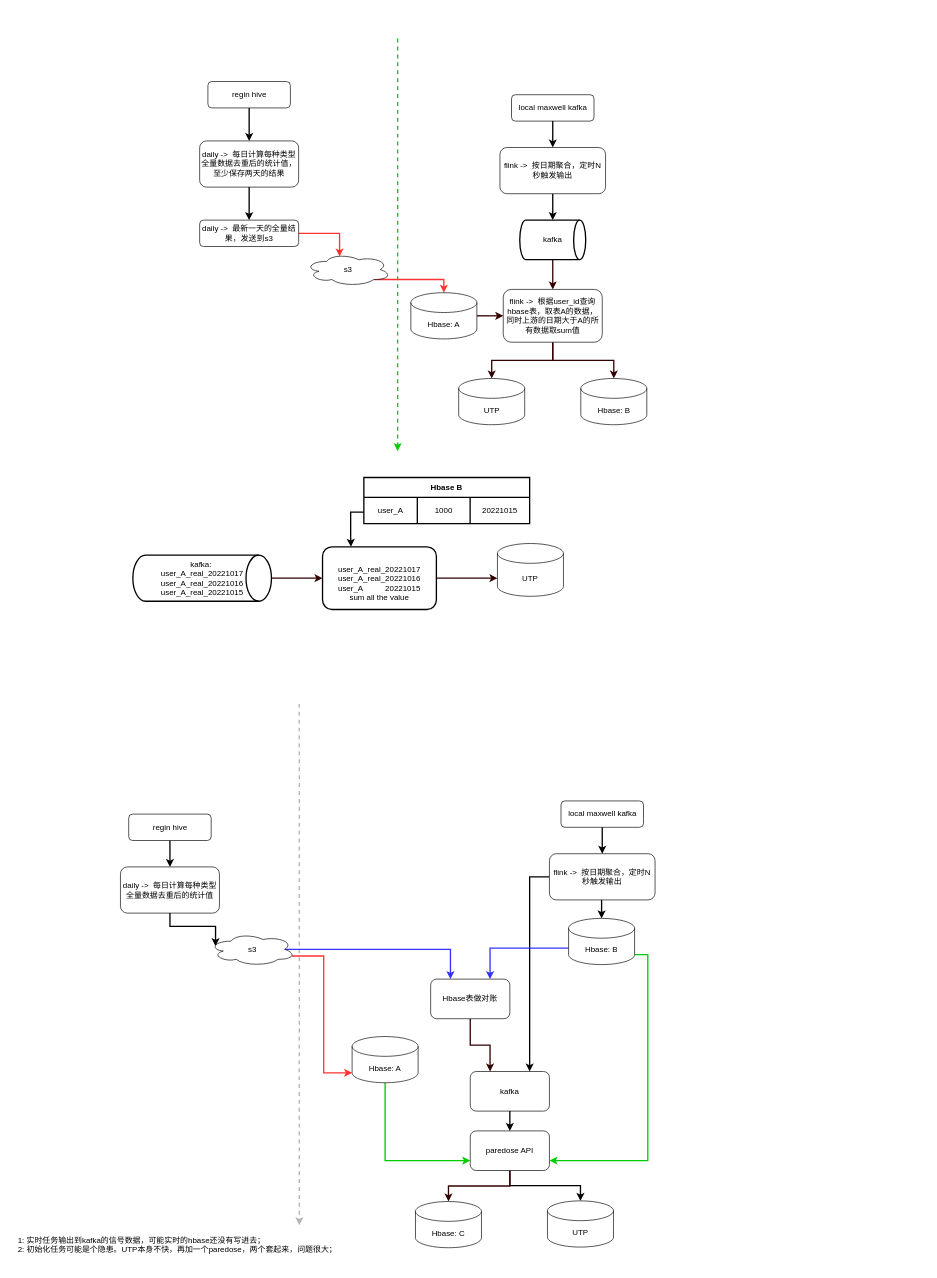
This is 未命名绘图.drawio from LadyTao/flink-study, a draw.io file, before an edit. Source tidied: cells renumbered, new cells numbered last; positions are measured from the earlier drawing's top-left corner, leaving out a move shared by most shapes. Both pictures are drawn from the tidied source at 66%, with x=0, y=0 at pixel (11, 38).
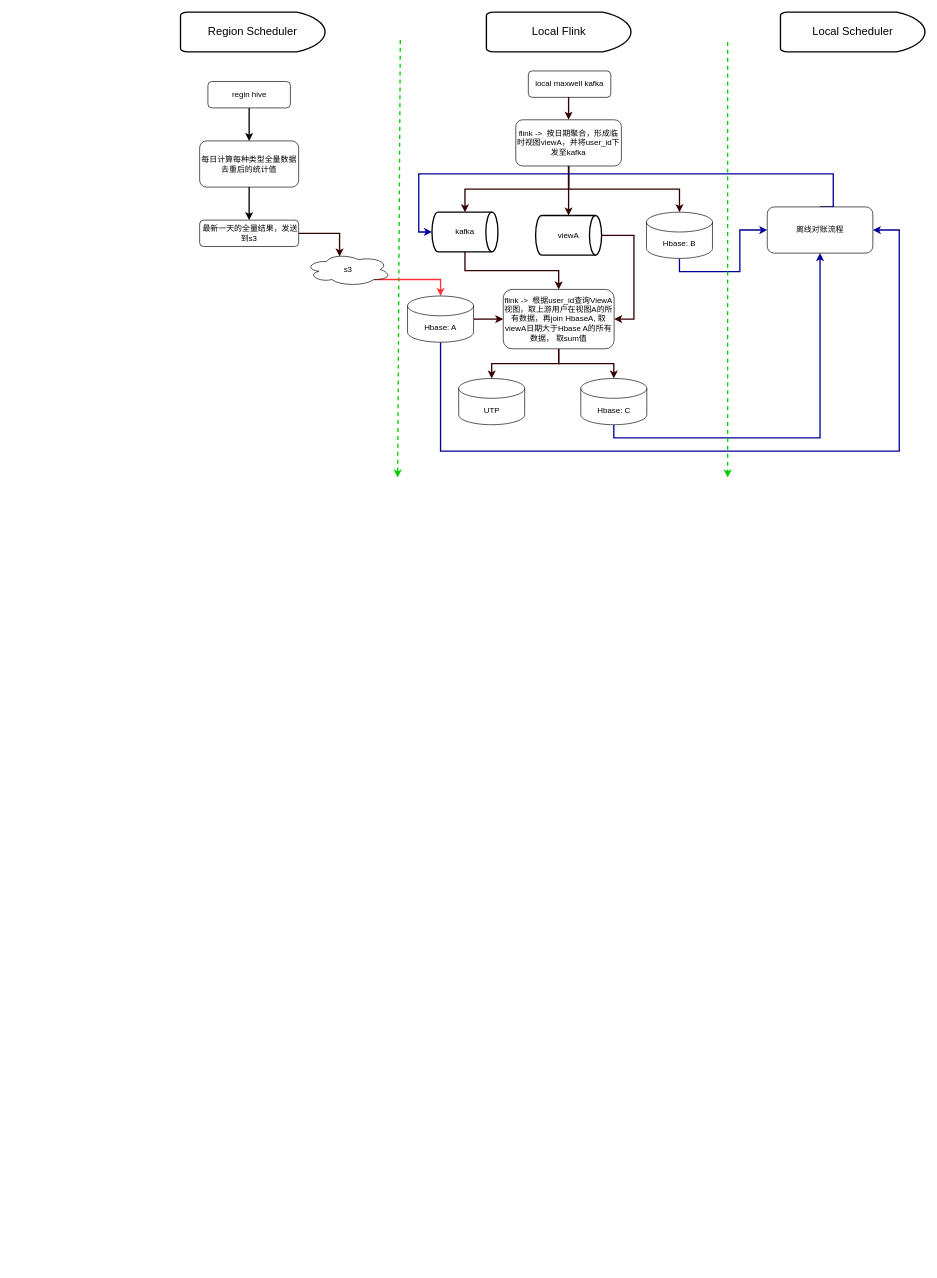
The same page after the edit.

Commit message (it also covers changes not shown here):
更新未命名绘图.drawio

The change refers to these unchanged cells:
```xml
<mxCell id="10" value="s3" style="ellipse;shape=cloud;whiteSpace=wrap;html=1;" parent="1" vertex="1">
  <mxGeometry x="445" y="325" width="130" height="50" as="geometry" />
</mxCell>
```

What changed in the source:
```diff
@@
     <mxCell id="2" style="edgeStyle=none;orthogonalLoop=1;jettySize=auto;html=1;rounded=0;strokeWidth=2;dashed=1;strokeColor=#00CC00;" parent="1" edge="1">
       <mxGeometry relative="1" as="geometry">
-        <mxPoint x="585" as="sourcePoint" />
-        <mxPoint x="585" y="625" as="targetPoint" />
+        <mxPoint x="589" y="2" as="sourcePoint" />
+        <mxPoint x="585" y="665" as="targetPoint" />
       </mxGeometry>
     </mxCell>
@@
-    <mxCell id="5" style="edgeStyle=orthogonalEdgeStyle;rounded=0;jettySize=auto;html=1;exitX=0.5;exitY=1;exitDx=0;exitDy=0;entryX=0.5;entryY=0;entryDx=0;entryDy=0;strokeWidth=2;" parent="1" edge="1" source="6" target="16">
+    <mxCell id="5" style="edgeStyle=orthogonalEdgeStyle;rounded=0;jettySize=auto;html=1;exitX=0.5;exitY=1;exitDx=0;exitDy=0;entryX=0.5;entryY=0;entryDx=0;entryDy=0;strokeColor=#330000;strokeWidth=2;" parent="1" edge="1" source="6" target="16">
       <mxGeometry relative="1" as="geometry" />
     </mxCell>
     <mxCell id="6" value="local maxwell kafka" style="rounded=1;whiteSpace=wrap;html=1;" parent="1" vertex="1">
-      <mxGeometry x="757.5" y="85" width="125" height="40" as="geometry" />
+      <mxGeometry x="783" y="49" width="125" height="40" as="geometry" />
     </mxCell>
@@
-    <mxCell id="8" value="daily -&amp;gt;&amp;nbsp; 每日计算每种类型全量数据去重后的统计值，至少保存两天的结果" style="rounded=1;whiteSpace=wrap;html=1;" parent="1" vertex="1">
+    <mxCell id="8" value="每日计算每种类型全量数据去重后的统计值" style="rounded=1;whiteSpace=wrap;html=1;" parent="1" vertex="1">
       <mxGeometry x="285" y="155" width="150" height="70" as="geometry" />
     </mxCell>
@@
-    <mxCell id="11" style="edgeStyle=orthogonalEdgeStyle;rounded=0;jettySize=auto;html=1;exitX=1;exitY=0.5;exitDx=0;exitDy=0;entryX=0.4;entryY=0.1;entryDx=0;entryDy=0;entryPerimeter=0;strokeWidth=2;strokeColor=#FF3333;" parent="1" edge="1" source="12" target="10">
+    <mxCell id="11" style="edgeStyle=orthogonalEdgeStyle;rounded=0;jettySize=auto;html=1;exitX=1;exitY=0.5;exitDx=0;exitDy=0;entryX=0.4;entryY=0.1;entryDx=0;entryDy=0;entryPerimeter=0;strokeWidth=2;strokeColor=#330000;" parent="1" edge="1" source="12" target="10">
       <mxGeometry relative="1" as="geometry" />
     </mxCell>
-    <mxCell id="12" value="daily -&amp;gt;&amp;nbsp; 最新一天的全量结果，发送到s3" style="rounded=1;whiteSpace=wrap;html=1;" parent="1" vertex="1">
+    <mxCell id="12" value="&amp;nbsp;最新一天的全量结果，发送到s3" style="rounded=1;whiteSpace=wrap;html=1;" parent="1" vertex="1">
       <mxGeometry x="285" y="275" width="150" height="40" as="geometry" />
     </mxCell>
@@
+    <mxCell id="65" style="edgeStyle=orthogonalEdgeStyle;rounded=0;jettySize=auto;html=1;exitX=0.5;exitY=1;exitDx=0;exitDy=0;exitPerimeter=0;entryX=1;entryY=0.5;entryDx=0;entryDy=0;strokeColor=#000099;strokeWidth=2;fontSize=17;" parent="1" edge="1" source="14" target="77">
+      <mxGeometry relative="1" as="geometry">
+        <Array as="points">
+          <mxPoint x="650" y="625" />
+          <mxPoint x="1345" y="625" />
+          <mxPoint x="1345" y="290" />
+        </Array>
+      </mxGeometry>
+    </mxCell>
     <mxCell id="14" value="Hbase: A" style="shape=cylinder3;whiteSpace=wrap;html=1;boundedLbl=1;backgroundOutline=1;size=15;" parent="1" vertex="1">
-      <mxGeometry x="605" y="385" width="100" height="70" as="geometry" />
+      <mxGeometry x="600" y="390" width="100" height="70" as="geometry" />
     </mxCell>
-    <mxCell id="15" style="edgeStyle=orthogonalEdgeStyle;rounded=0;jettySize=auto;html=1;exitX=0.5;exitY=1;exitDx=0;exitDy=0;strokeWidth=2;" parent="1" edge="1" source="16" target="18">
+    <mxCell id="15" style="edgeStyle=orthogonalEdgeStyle;rounded=0;jettySize=auto;html=1;exitX=0.5;exitY=1;exitDx=0;exitDy=0;strokeColor=#330000;strokeWidth=2;" parent="1" edge="1" source="16" target="18">
       <mxGeometry relative="1" as="geometry" />
     </mxCell>
+    <mxCell id="66" style="edgeStyle=orthogonalEdgeStyle;rounded=0;jettySize=auto;html=1;exitX=0.5;exitY=1;exitDx=0;exitDy=0;entryX=0.5;entryY=0;entryDx=0;entryDy=0;entryPerimeter=0;strokeColor=#330000;strokeWidth=2;" parent="1" edge="1" source="16" target="70">
+      <mxGeometry relative="1" as="geometry" />
+    </mxCell>
+    <mxCell id="67" style="edgeStyle=orthogonalEdgeStyle;rounded=0;jettySize=auto;html=1;exitX=0.5;exitY=1;exitDx=0;exitDy=0;strokeColor=#330000;strokeWidth=2;" parent="1" edge="1" source="16" target="54">
+      <mxGeometry relative="1" as="geometry" />
+    </mxCell>
-    <mxCell id="16" value="flink -&amp;gt;&amp;nbsp; 按日期聚合，定时N秒触发输出" style="rounded=1;whiteSpace=wrap;html=1;" parent="1" vertex="1">
-      <mxGeometry x="740" y="165" width="160" height="70" as="geometry" />
+    <mxCell id="16" value="flink -&amp;gt;&amp;nbsp; 按日期聚合，形成临时视图viewA，并将user_id下发至kafka" style="rounded=1;whiteSpace=wrap;html=1;" parent="1" vertex="1">
+      <mxGeometry x="764" y="123" width="160" height="70" as="geometry" />
     </mxCell>
@@
     <mxCell id="18" value="kafka" style="strokeWidth=2;html=1;shape=mxgraph.flowchart.direct_data;whiteSpace=wrap;" parent="1" vertex="1">
-      <mxGeometry x="770" y="275" width="100" height="60" as="geometry" />
+      <mxGeometry x="637" y="263" width="100" height="60" as="geometry" />
     </mxCell>
@@
-    <mxCell id="21" value="flink -&amp;gt;&amp;nbsp; 根据user_id查询hbase表，取表A的数据，同时上游的日期大于A的所有数据取sum值" style="rounded=1;whiteSpace=wrap;html=1;" parent="1" vertex="1">
-      <mxGeometry x="745" y="380" width="150" height="80" as="geometry" />
+    <mxCell id="21" value="flink -&amp;gt;&amp;nbsp; 根据user_id查询ViewA视图，取上游用户在视图A的所有数据，再join HbaseA, 取viewA日期大于Hbase A的所有数据， 取sum值" style="rounded=1;whiteSpace=wrap;html=1;" parent="1" vertex="1">
+      <mxGeometry x="745" y="380" width="168" height="90" as="geometry" />
     </mxCell>
+    <mxCell id="68" style="edgeStyle=orthogonalEdgeStyle;rounded=0;jettySize=auto;html=1;exitX=0.5;exitY=1;exitDx=0;exitDy=0;exitPerimeter=0;entryX=0.5;entryY=1;entryDx=0;entryDy=0;strokeColor=#000099;strokeWidth=2;fontSize=17;" parent="1" edge="1" source="22" target="77">
+      <mxGeometry relative="1" as="geometry" />
+    </mxCell>
-    <mxCell id="22" value="Hbase: B" style="shape=cylinder3;whiteSpace=wrap;html=1;boundedLbl=1;backgroundOutline=1;size=15;" parent="1" vertex="1">
+    <mxCell id="22" value="Hbase: C" style="shape=cylinder3;whiteSpace=wrap;html=1;boundedLbl=1;backgroundOutline=1;size=15;" parent="1" vertex="1">
       <mxGeometry x="862.5" y="515" width="100" height="70" as="geometry" />
     </mxCell>
@@
-    <mxCell id="24" style="edgeStyle=orthogonalEdgeStyle;rounded=0;jettySize=auto;html=1;exitX=0;exitY=0.75;exitDx=0;exitDy=0;entryX=0.25;entryY=0;entryDx=0;entryDy=0;strokeWidth=2;" parent="1" edge="1" source="25" target="32">
-      <mxGeometry relative="1" as="geometry" />
-    </mxCell>
-    <mxCell id="25" value="Hbase B" style="shape=table;startSize=30;childLayout=tableLayout;fontStyle=1;align=center;strokeWidth=2;" parent="1" vertex="1">
-      <mxGeometry x="533.8" y="665" width="251.2" height="70" as="geometry" />
-    </mxCell>
-    <mxCell id="26" style="shape=tableRow;horizontal=0;startSize=0;swimlaneHead=0;swimlaneBody=0;top=0;left=0;bottom=0;right=0;fillColor=none;strokeWidth=2;" parent="25" vertex="1">
-      <mxGeometry y="30" width="251.2" height="40" as="geometry" />
-    </mxCell>
-    <mxCell id="27" value="user_A" style="shape=partialRectangle;html=1;whiteSpace=wrap;fillColor=none;top=0;left=0;bottom=0;right=0;overflow=hidden;strokeWidth=2;" parent="26" vertex="1">
-      <mxGeometry width="81" height="40" as="geometry" />
-    </mxCell>
-    <mxCell id="28" value="1000" style="shape=partialRectangle;html=1;whiteSpace=wrap;fillColor=none;top=0;left=0;bottom=0;right=0;overflow=hidden;strokeWidth=2;" parent="26" vertex="1">
-      <mxGeometry x="81" width="80" height="40" as="geometry" />
-    </mxCell>
-    <mxCell id="29" value="20221015" style="shape=partialRectangle;html=1;whiteSpace=wrap;fillColor=none;top=0;left=0;bottom=0;right=0;overflow=hidden;strokeWidth=2;" parent="26" vertex="1">
-      <mxGeometry x="161" width="90" height="40" as="geometry" />
-    </mxCell>
-    <mxCell id="30" style="edgeStyle=orthogonalEdgeStyle;rounded=0;orthogonalLoop=1;jettySize=auto;html=1;exitX=1;exitY=0.5;exitDx=0;exitDy=0;dashed=1;strokeColor=#00CC00;strokeWidth=2;" parent="25" edge="1">
-      <mxGeometry relative="1" as="geometry" />
-    </mxCell>
-    <mxCell id="31" style="edgeStyle=orthogonalEdgeStyle;rounded=0;jettySize=auto;html=1;exitX=1;exitY=0.5;exitDx=0;exitDy=0;entryX=0;entryY=0;entryDx=0;entryDy=52.5;entryPerimeter=0;strokeColor=#330000;strokeWidth=2;" parent="1" edge="1" source="32" target="35">
-      <mxGeometry relative="1" as="geometry" />
-    </mxCell>
-    <mxCell id="32" value="&amp;nbsp;&lt;br&gt;user_A_real_20221017&lt;br&gt;user_A_real_20221016&lt;br&gt;user_A&amp;nbsp; &amp;nbsp; &amp;nbsp; &amp;nbsp; &amp;nbsp; 20221015&lt;br&gt;sum all the value" style="rounded=1;whiteSpace=wrap;html=1;strokeWidth=2;" parent="1" vertex="1">
-      <mxGeometry x="471.2" y="770" width="172.5" height="95" as="geometry" />
-    </mxCell>
-    <mxCell id="33" style="edgeStyle=orthogonalEdgeStyle;rounded=0;jettySize=auto;html=1;exitX=1;exitY=0.5;exitDx=0;exitDy=0;exitPerimeter=0;entryX=0;entryY=0.5;entryDx=0;entryDy=0;strokeColor=#330000;strokeWidth=2;" parent="1" edge="1" source="34" target="32">
-      <mxGeometry relative="1" as="geometry" />
-    </mxCell>
-    <mxCell id="34" value="kafka:&amp;nbsp;&lt;br&gt;user_A_real_20221017&lt;br&gt;user_A_real_20221016&lt;br&gt;user_A_real_20221015" style="strokeWidth=2;html=1;shape=mxgraph.flowchart.direct_data;whiteSpace=wrap;align=center;" parent="1" vertex="1">
-      <mxGeometry x="183.8" y="782.5" width="210" height="70" as="geometry" />
-    </mxCell>
-    <mxCell id="35" value="UTP" style="shape=cylinder3;whiteSpace=wrap;html=1;boundedLbl=1;backgroundOutline=1;size=15;" parent="1" vertex="1">
-      <mxGeometry x="736.2" y="765" width="100" height="80" as="geometry" />
-    </mxCell>
-    <mxCell id="36" style="edgeStyle=orthogonalEdgeStyle;rounded=0;jettySize=auto;html=1;exitX=0;exitY=0.5;exitDx=0;exitDy=0;entryX=0.5;entryY=0;entryDx=0;entryDy=0;strokeWidth=2;" parent="1" edge="1" target="32">
-      <mxGeometry relative="1" as="geometry" />
-    </mxCell>
-    <mxCell id="37" style="edgeStyle=none;orthogonalLoop=1;jettySize=auto;html=1;rounded=0;strokeWidth=2;dashed=1;strokeColor=#B3B3B3;" parent="1" edge="1">
-      <mxGeometry relative="1" as="geometry">
-        <mxPoint x="436" y="1008" as="sourcePoint" />
-        <mxPoint x="436" y="1798" as="targetPoint" />
-      </mxGeometry>
-    </mxCell>
-    <mxCell id="38" style="edgeStyle=orthogonalEdgeStyle;rounded=0;jettySize=auto;html=1;exitX=0.5;exitY=1;exitDx=0;exitDy=0;entryX=0.5;entryY=0;entryDx=0;entryDy=0;strokeWidth=2;" parent="1" edge="1" source="39" target="43">
-      <mxGeometry relative="1" as="geometry" />
-    </mxCell>
-    <mxCell id="39" value="regin hive" style="rounded=1;whiteSpace=wrap;html=1;" parent="1" vertex="1">
-      <mxGeometry x="177.5" y="1175" width="125" height="40" as="geometry" />
-    </mxCell>
-    <mxCell id="40" style="edgeStyle=orthogonalEdgeStyle;rounded=0;jettySize=auto;html=1;exitX=0.5;exitY=1;exitDx=0;exitDy=0;entryX=0.5;entryY=0;entryDx=0;entryDy=0;strokeWidth=2;" parent="1" edge="1" source="41" target="51">
-      <mxGeometry relative="1" as="geometry" />
-    </mxCell>
-    <mxCell id="41" value="local maxwell kafka" style="rounded=1;whiteSpace=wrap;html=1;" parent="1" vertex="1">
-      <mxGeometry x="832.5" y="1155" width="125" height="40" as="geometry" />
-    </mxCell>
-    <mxCell id="42" style="edgeStyle=orthogonalEdgeStyle;rounded=0;jettySize=auto;html=1;exitX=0.5;exitY=1;exitDx=0;exitDy=0;entryX=0.07;entryY=0.4;entryDx=0;entryDy=0;entryPerimeter=0;strokeWidth=2;" parent="1" edge="1" source="43" target="46">
-      <mxGeometry relative="1" as="geometry" />
-    </mxCell>
-    <mxCell id="43" value="daily -&amp;gt;&amp;nbsp; 每日计算每种类型全量数据去重后的统计值" style="rounded=1;whiteSpace=wrap;html=1;" parent="1" vertex="1">
-      <mxGeometry x="165" y="1255" width="150" height="70" as="geometry" />
-    </mxCell>
-    <mxCell id="44" style="edgeStyle=orthogonalEdgeStyle;rounded=0;jettySize=auto;html=1;exitX=0.96;exitY=0.7;exitDx=0;exitDy=0;exitPerimeter=0;entryX=0;entryY=1;entryDx=0;entryDy=-15;entryPerimeter=0;strokeWidth=2;strokeColor=#FF3333;" parent="1" edge="1" source="46" target="48">
-      <mxGeometry relative="1" as="geometry" />
-    </mxCell>
-    <mxCell id="45" style="edgeStyle=orthogonalEdgeStyle;rounded=0;jettySize=auto;html=1;exitX=0.875;exitY=0.5;exitDx=0;exitDy=0;exitPerimeter=0;entryX=0.25;entryY=0;entryDx=0;entryDy=0;strokeColor=#3333FF;strokeWidth=2;" parent="1" edge="1" source="46" target="62">
-      <mxGeometry relative="1" as="geometry" />
-    </mxCell>
-    <mxCell id="46" value="s3" style="ellipse;shape=cloud;whiteSpace=wrap;html=1;" parent="1" vertex="1">
-      <mxGeometry x="300" y="1355" width="130" height="50" as="geometry" />
-    </mxCell>
-    <mxCell id="47" style="edgeStyle=orthogonalEdgeStyle;rounded=0;jettySize=auto;html=1;exitX=0.5;exitY=1;exitDx=0;exitDy=0;exitPerimeter=0;entryX=0;entryY=0.75;entryDx=0;entryDy=0;strokeColor=#00CC00;strokeWidth=2;" parent="1" edge="1" source="48" target="60">
-      <mxGeometry relative="1" as="geometry" />
-    </mxCell>
-    <mxCell id="48" value="Hbase: A" style="shape=cylinder3;whiteSpace=wrap;html=1;boundedLbl=1;backgroundOutline=1;size=15;" parent="1" vertex="1">
-      <mxGeometry x="516" y="1512" width="100" height="70" as="geometry" />
-    </mxCell>
-    <mxCell id="49" style="edgeStyle=orthogonalEdgeStyle;rounded=0;jettySize=auto;html=1;exitX=0.5;exitY=1;exitDx=0;exitDy=0;entryX=0.5;entryY=0;entryDx=0;entryDy=0;entryPerimeter=0;strokeWidth=2;" parent="1" edge="1" source="51" target="54">
-      <mxGeometry relative="1" as="geometry" />
-    </mxCell>
-    <mxCell id="50" style="edgeStyle=orthogonalEdgeStyle;rounded=0;jettySize=auto;html=1;exitX=0;exitY=0.5;exitDx=0;exitDy=0;entryX=0.75;entryY=0;entryDx=0;entryDy=0;strokeWidth=2;" parent="1" edge="1" source="51" target="57">
-      <mxGeometry relative="1" as="geometry" />
-    </mxCell>
-    <mxCell id="51" value="flink -&amp;gt;&amp;nbsp; 按日期聚合，定时N秒触发输出" style="rounded=1;whiteSpace=wrap;html=1;" parent="1" vertex="1">
-      <mxGeometry x="815" y="1235" width="160" height="70" as="geometry" />
-    </mxCell>
-    <mxCell id="52" style="edgeStyle=orthogonalEdgeStyle;rounded=0;jettySize=auto;html=1;exitX=1;exitY=1;exitDx=0;exitDy=-15;exitPerimeter=0;entryX=1;entryY=0.75;entryDx=0;entryDy=0;strokeColor=#00CC00;strokeWidth=2;" parent="1" edge="1" source="54" target="60">
-      <mxGeometry relative="1" as="geometry" />
-    </mxCell>
-    <mxCell id="53" style="edgeStyle=orthogonalEdgeStyle;rounded=0;jettySize=auto;html=1;exitX=0;exitY=0;exitDx=0;exitDy=45;exitPerimeter=0;entryX=0.75;entryY=0;entryDx=0;entryDy=0;strokeColor=#3333FF;strokeWidth=2;" parent="1" edge="1" source="54" target="62">
-      <mxGeometry relative="1" as="geometry" />
-    </mxCell>
+    <mxCell id="69" style="edgeStyle=orthogonalEdgeStyle;rounded=0;jettySize=auto;html=1;exitX=1;exitY=0.5;exitDx=0;exitDy=0;exitPerimeter=0;entryX=1;entryY=0.5;entryDx=0;entryDy=0;strokeColor=#330000;strokeWidth=2;" parent="1" edge="1" source="70" target="21">
+      <mxGeometry relative="1" as="geometry">
+        <Array as="points">
+          <mxPoint x="943" y="298" />
+          <mxPoint x="943" y="425" />
+        </Array>
+      </mxGeometry>
+    </mxCell>
+    <mxCell id="70" value="viewA" style="strokeWidth=2;html=1;shape=mxgraph.flowchart.direct_data;whiteSpace=wrap;" parent="1" vertex="1">
+      <mxGeometry x="794" y="268" width="100" height="60" as="geometry" />
+    </mxCell>
+    <mxCell id="71" style="edgeStyle=orthogonalEdgeStyle;rounded=0;jettySize=auto;html=1;exitX=0.5;exitY=1;exitDx=0;exitDy=0;exitPerimeter=0;entryX=0;entryY=0.5;entryDx=0;entryDy=0;strokeColor=#000099;strokeWidth=2;fontSize=17;" parent="1" edge="1" source="54" target="77">
+      <mxGeometry relative="1" as="geometry" />
+    </mxCell>
     <mxCell id="54" value="Hbase: B" style="shape=cylinder3;whiteSpace=wrap;html=1;boundedLbl=1;backgroundOutline=1;size=15;" parent="1" vertex="1">
-      <mxGeometry x="844" y="1333" width="100" height="70" as="geometry" />
+      <mxGeometry x="962" y="263" width="100" height="70" as="geometry" />
     </mxCell>
-    <mxCell id="55" value="UTP" style="shape=cylinder3;whiteSpace=wrap;html=1;boundedLbl=1;backgroundOutline=1;size=15;" parent="1" vertex="1">
-      <mxGeometry x="812" y="1761" width="100" height="70" as="geometry" />
-    </mxCell>
-    <mxCell id="56" style="edgeStyle=orthogonalEdgeStyle;rounded=0;jettySize=auto;html=1;exitX=0.5;exitY=1;exitDx=0;exitDy=0;entryX=0.5;entryY=0;entryDx=0;entryDy=0;strokeWidth=2;" parent="1" edge="1" source="57" target="60">
-      <mxGeometry relative="1" as="geometry" />
-    </mxCell>
-    <mxCell id="57" value="kafka" style="rounded=1;whiteSpace=wrap;html=1;" parent="1" vertex="1">
-      <mxGeometry x="695" y="1565" width="120" height="60" as="geometry" />
-    </mxCell>
-    <mxCell id="58" style="edgeStyle=orthogonalEdgeStyle;rounded=0;jettySize=auto;html=1;exitX=0.5;exitY=1;exitDx=0;exitDy=0;entryX=0.5;entryY=0;entryDx=0;entryDy=0;entryPerimeter=0;strokeWidth=2;" parent="1" edge="1" source="60" target="55">
-      <mxGeometry relative="1" as="geometry" />
-    </mxCell>
-    <mxCell id="59" style="edgeStyle=orthogonalEdgeStyle;rounded=0;jettySize=auto;html=1;exitX=0.5;exitY=1;exitDx=0;exitDy=0;entryX=0.5;entryY=0;entryDx=0;entryDy=0;entryPerimeter=0;strokeColor=#330000;strokeWidth=2;" parent="1" edge="1" source="60" target="64">
-      <mxGeometry relative="1" as="geometry" />
-    </mxCell>
-    <mxCell id="60" value="paredose API" style="rounded=1;whiteSpace=wrap;html=1;" parent="1" vertex="1">
-      <mxGeometry x="695" y="1655" width="120" height="60" as="geometry" />
-    </mxCell>
-    <mxCell id="61" style="edgeStyle=orthogonalEdgeStyle;rounded=0;jettySize=auto;html=1;exitX=0.5;exitY=1;exitDx=0;exitDy=0;entryX=0.25;entryY=0;entryDx=0;entryDy=0;strokeColor=#330000;strokeWidth=2;" parent="1" edge="1" source="62" target="57">
-      <mxGeometry relative="1" as="geometry" />
-    </mxCell>
-    <mxCell id="62" value="Hbase表做对账" style="rounded=1;whiteSpace=wrap;html=1;" parent="1" vertex="1">
-      <mxGeometry x="635" y="1425" width="120" height="60" as="geometry" />
-    </mxCell>
-    <mxCell id="63" value="&lt;div style=&quot;text-align: left;&quot;&gt;&lt;span style=&quot;background-color: initial;&quot;&gt;1: 实时任务输出到kafka的信号数据，可能实时的hbase还没有写进去；&lt;/span&gt;&lt;/div&gt;&lt;div style=&quot;text-align: left;&quot;&gt;&lt;span style=&quot;background-color: initial;&quot;&gt;2: 初始化任务可能是个隐患。UTP本身不快，再加一个paredose，两个套起来，问题很大；&lt;/span&gt;&lt;/div&gt;&lt;div style=&quot;text-align: left;&quot;&gt;&lt;span style=&quot;background-color: initial;&quot;&gt;&lt;br&gt;&lt;/span&gt;&lt;/div&gt;" style="text;html=1;align=center;verticalAlign=middle;fillColor=none;strokeColor=none;rounded=0;" parent="1" vertex="1">
-      <mxGeometry y="1807" width="501" height="55" as="geometry" />
-    </mxCell>
-    <mxCell id="64" value="Hbase: C" style="shape=cylinder3;whiteSpace=wrap;html=1;boundedLbl=1;backgroundOutline=1;size=15;" parent="1" vertex="1">
-      <mxGeometry x="612" y="1762" width="100" height="70" as="geometry" />
-    </mxCell>
+    <mxCell id="72" value="&lt;font style=&quot;font-size: 17px;&quot;&gt;Region Scheduler&lt;/font&gt;" style="strokeWidth=2;html=1;shape=mxgraph.flowchart.delay;whiteSpace=wrap;fontSize=16;" parent="1" vertex="1">
+      <mxGeometry x="256" y="-40" width="219" height="60" as="geometry" />
+    </mxCell>
+    <mxCell id="73" value="&lt;font style=&quot;font-size: 17px;&quot;&gt;Local Flink&lt;/font&gt;" style="strokeWidth=2;html=1;shape=mxgraph.flowchart.delay;whiteSpace=wrap;fontSize=16;" parent="1" vertex="1">
+      <mxGeometry x="719.5" y="-40" width="219" height="60" as="geometry" />
+    </mxCell>
+    <mxCell id="74" value="&lt;font style=&quot;font-size: 17px;&quot;&gt;Local Scheduler&lt;/font&gt;" style="strokeWidth=2;html=1;shape=mxgraph.flowchart.delay;whiteSpace=wrap;fontSize=16;" parent="1" vertex="1">
+      <mxGeometry x="1165" y="-40" width="219" height="60" as="geometry" />
+    </mxCell>
+    <mxCell id="75" style="edgeStyle=none;orthogonalLoop=1;jettySize=auto;html=1;rounded=0;strokeWidth=2;dashed=1;strokeColor=#00CC00;" parent="1" edge="1">
+      <mxGeometry relative="1" as="geometry">
+        <mxPoint x="1085" y="5" as="sourcePoint" />
+        <mxPoint x="1085" y="665" as="targetPoint" />
+      </mxGeometry>
+    </mxCell>
+    <mxCell id="76" style="edgeStyle=orthogonalEdgeStyle;rounded=0;jettySize=auto;html=1;exitX=0.5;exitY=0;exitDx=0;exitDy=0;entryX=0;entryY=0.5;entryDx=0;entryDy=0;entryPerimeter=0;strokeColor=#000099;strokeWidth=2;fontSize=17;" parent="1" edge="1" source="77" target="18">
+      <mxGeometry relative="1" as="geometry">
+        <Array as="points">
+          <mxPoint x="1245" y="205" />
+          <mxPoint x="617" y="205" />
+          <mxPoint x="617" y="293" />
+        </Array>
+      </mxGeometry>
+    </mxCell>
+    <mxCell id="77" value="离线对账流程" style="rounded=1;whiteSpace=wrap;html=1;" parent="1" vertex="1">
+      <mxGeometry x="1145" y="255" width="160" height="70" as="geometry" />
+    </mxCell>
```
